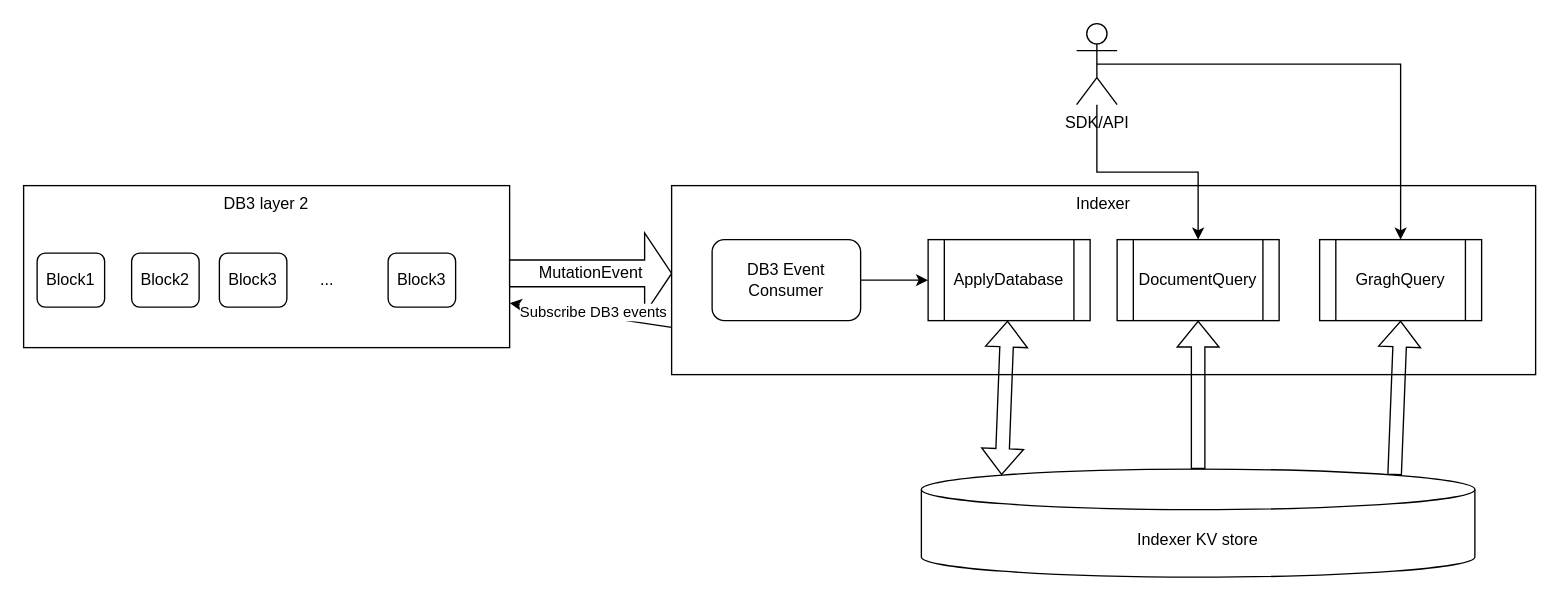
dbpunk-labs/db3-design keeps this draw.io diagram as standalone-indexer-highlevel-design.drawio. Above is the earlier version. Source tidied: cells renumbered, new cells numbered last; positions are measured from the earlier drawing's top-left corner, leaving out a move shared by most shapes. Both pictures are drawn from the tidied source at 135%, with x=0, y=0 at pixel (23, 23).
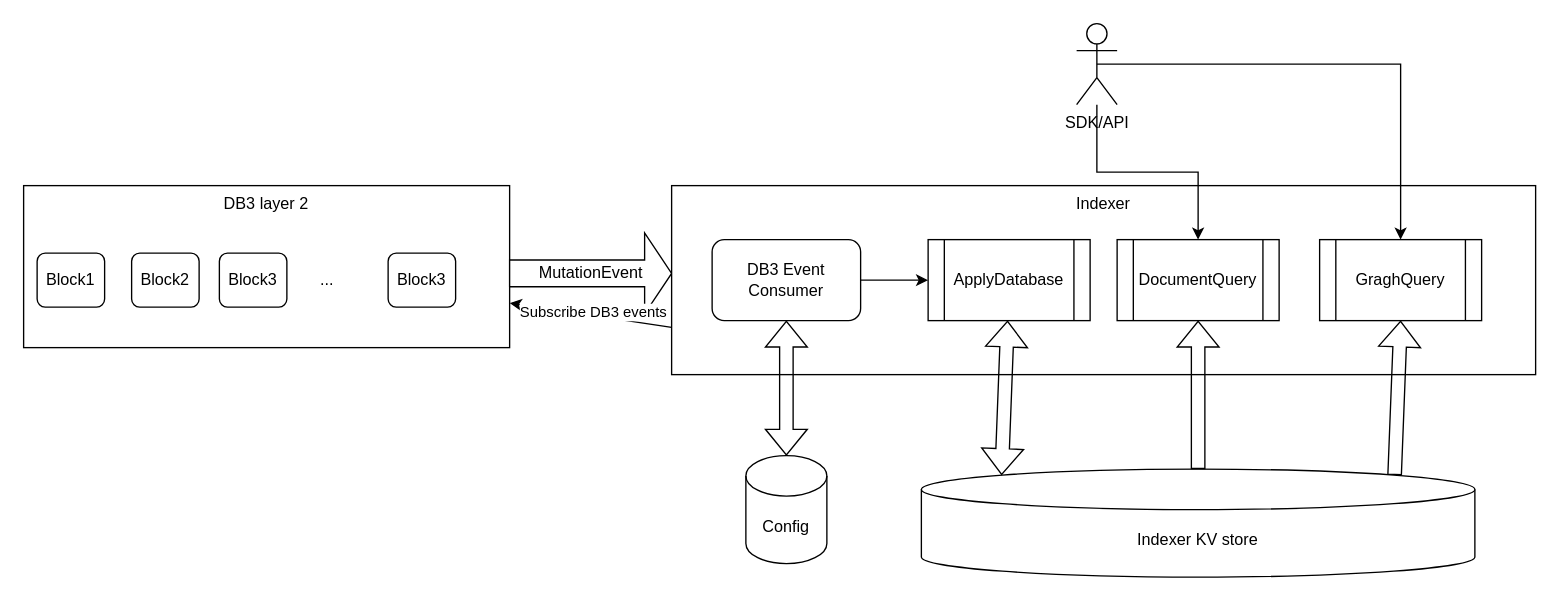
After the change.

Unchanged cells that the change refers to:
```xml
<mxCell id="12" value="DB3 Event Consumer" style="rounded=1;whiteSpace=wrap;html=1;" parent="1" vertex="1">
  <mxGeometry x="510" y="160" width="110" height="60" as="geometry" />
</mxCell>
```

What changed in the source:
```diff
@@
+    <mxCell id="24" value="Config" style="shape=cylinder3;whiteSpace=wrap;html=1;boundedLbl=1;backgroundOutline=1;size=15;" parent="1" vertex="1">
+      <mxGeometry x="535" y="320" width="60" height="80" as="geometry" />
+    </mxCell>
+    <mxCell id="25" style="shape=flexArrow;endArrow=classic;startArrow=classic;html=1;rounded=0;" parent="1" edge="1" source="24" target="12">
+      <mxGeometry relative="1" as="geometry" />
+    </mxCell>
```
